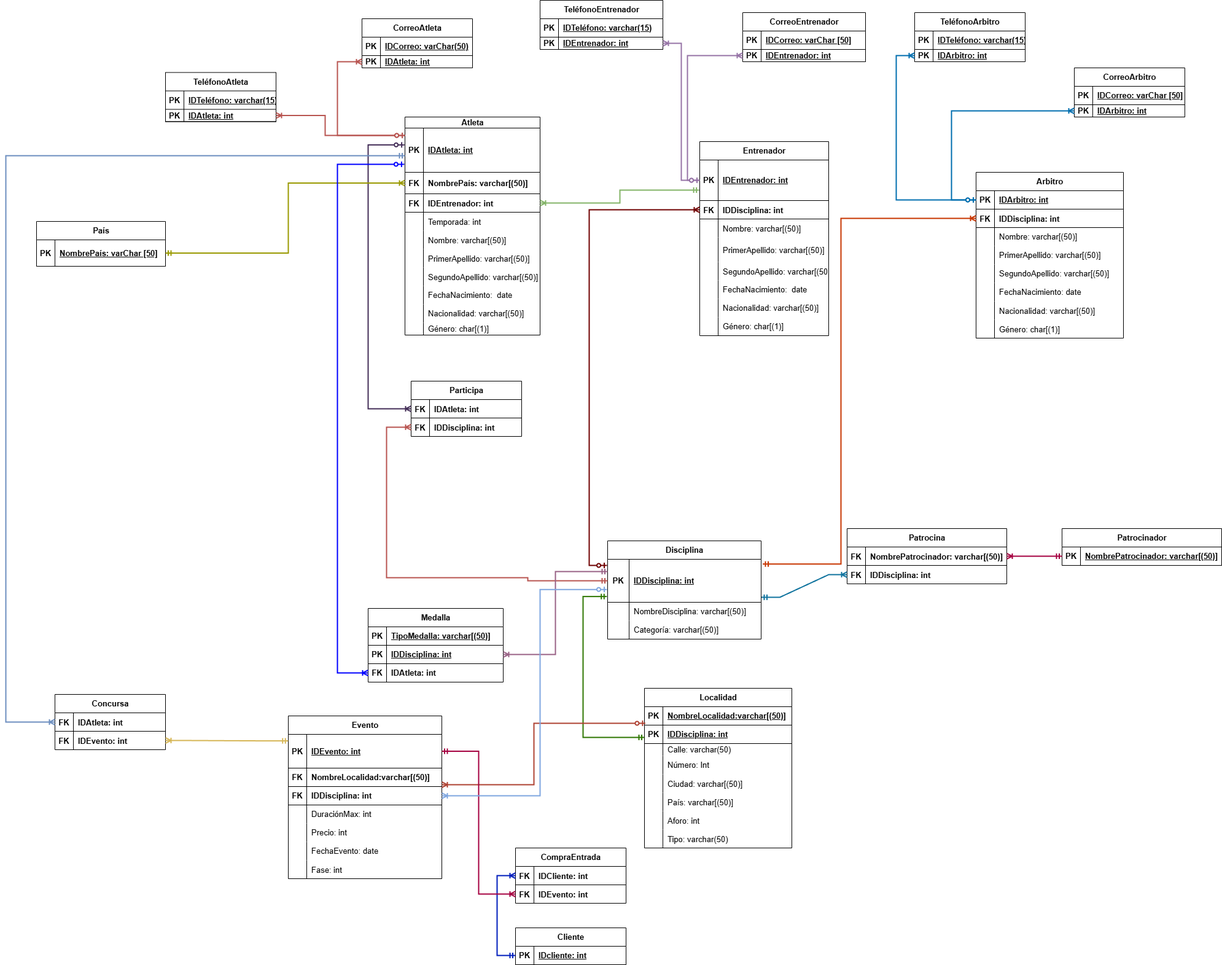
The draw.io diagram ProyectoFinal_Excelbenders/Diagramas/RelacionalExcelbenders.png in JuanSosaCiencias/TrabajosBDD, before a commit. Source tidied: cells renumbered, new cells last; positions are measured from the earlier drawing's top-left corner, leaving out a move shared by most shapes.
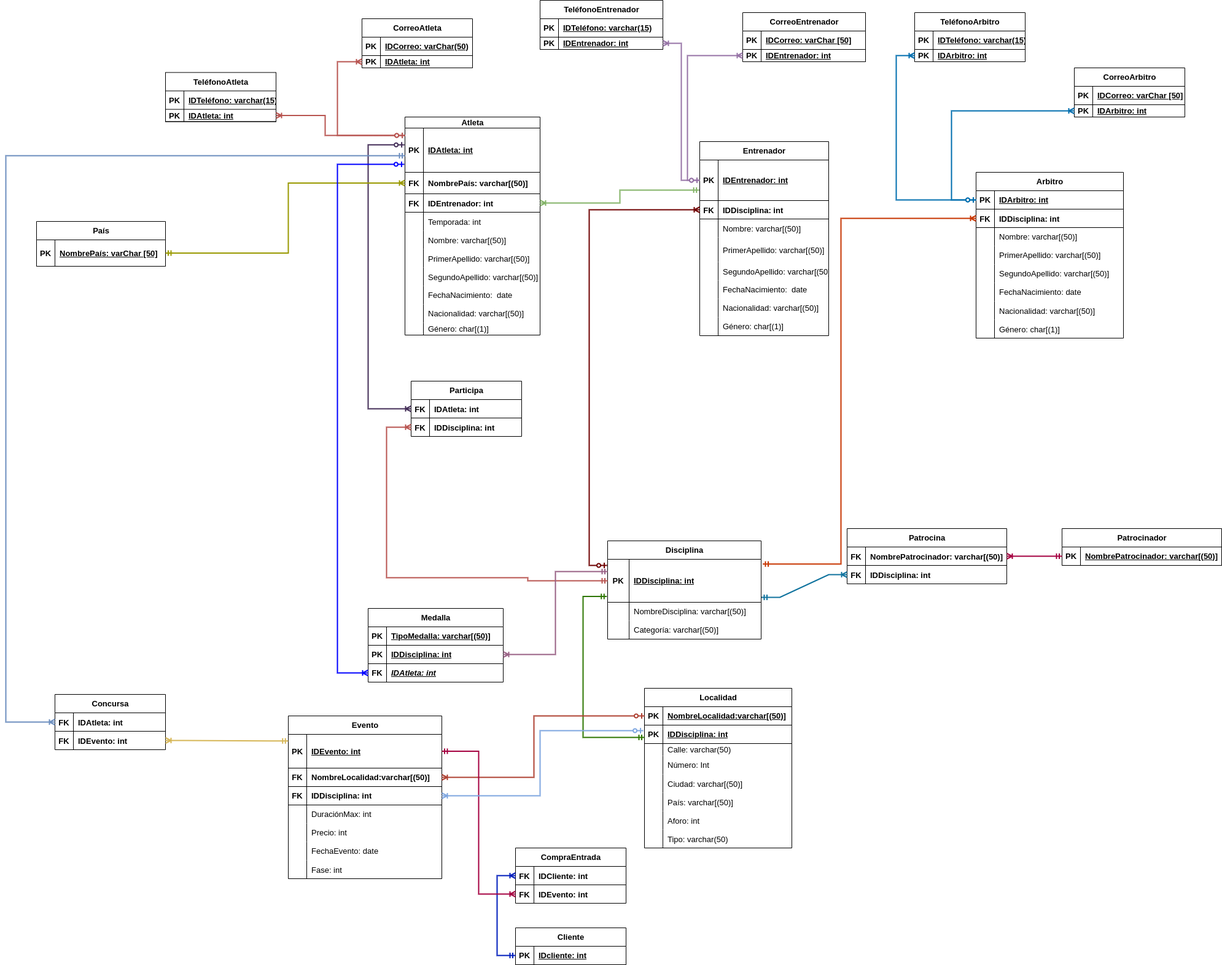
The same file after the commit.

The edit, as a diff of the source:
```diff
@@ -479,7 +479,7 @@
     <mxCell id="160" value="FK" style="shape=partialRectangle;fillColor=none;top=0;left=0;bottom=0;right=0;fontStyle=1;overflow=hidden;whiteSpace=wrap;html=1;fontSize=13;" parent="159" vertex="1">
       <mxGeometry width="30" height="30" as="geometry" />
     </mxCell>
-    <mxCell id="161" value="IDAtleta: int" style="shape=partialRectangle;fillColor=none;top=0;left=0;bottom=0;right=0;align=left;spacingLeft=6;fontStyle=1;overflow=hidden;whiteSpace=wrap;html=1;fontSize=13;" parent="159" vertex="1">
+    <mxCell id="161" value="&lt;u&gt;&lt;i&gt;IDAtleta: int&lt;/i&gt;&lt;/u&gt;" style="shape=partialRectangle;fillColor=none;top=0;left=0;bottom=0;right=0;align=left;spacingLeft=6;fontStyle=1;overflow=hidden;whiteSpace=wrap;html=1;fontSize=13;" parent="159" vertex="1">
       <mxGeometry x="30" width="190" height="30" as="geometry" />
     </mxCell>
     <mxCell id="162" value="Participa" style="shape=table;startSize=30;rowLines=0;fontStyle=1;align=center;html=1;fontSize=13;" parent="1" vertex="1">
@@ -770,7 +770,7 @@
         </Array>
       </mxGeometry>
     </mxCell>
-    <mxCell id="244" style="edgeStyle=elbowEdgeStyle;fontSize=13;html=1;endArrow=ERoneToMany;startArrow=ERzeroToOne;rounded=0;strokeWidth=2;fillColor=#fad9d5;strokeColor=#ae4132;exitX=0.006;exitY=-0.1;exitDx=0;exitDy=0;entryX=1;entryY=-0.1;entryDx=0;entryDy=0;entryPerimeter=0;exitPerimeter=0;" parent="1" edge="1" source="88" target="9">
+    <mxCell id="244" style="edgeStyle=elbowEdgeStyle;fontSize=13;html=1;endArrow=ERoneToMany;startArrow=ERzeroToOne;rounded=0;strokeWidth=2;fillColor=#fad9d5;strokeColor=#ae4132;exitX=0;exitY=0.5;exitDx=0;exitDy=0;entryX=1;entryY=0.5;entryDx=0;entryDy=0;" parent="1" edge="1" source="85" target="6">
       <mxGeometry relative="1" as="geometry">
         <Array as="points">
           <mxPoint x="860" y="1210" />
@@ -832,7 +832,7 @@
         </Array>
       </mxGeometry>
     </mxCell>
-    <mxCell id="254" style="edgeStyle=elbowEdgeStyle;fontSize=13;html=1;endArrow=ERoneToMany;startArrow=ERzeroToOne;rounded=0;strokeWidth=2;fillColor=#fad9d5;strokeColor=#7EA6E0;entryX=1;entryY=0.5;entryDx=0;entryDy=0;exitX=-0.004;exitY=0.702;exitDx=0;exitDy=0;exitPerimeter=0;" parent="1" edge="1" source="75" target="9">
+    <mxCell id="254" style="edgeStyle=elbowEdgeStyle;fontSize=13;html=1;endArrow=ERoneToMany;startArrow=ERzeroToOne;rounded=0;strokeWidth=2;fillColor=#fad9d5;strokeColor=#7EA6E0;entryX=1;entryY=0.5;entryDx=0;entryDy=0;exitX=-0.008;exitY=0.3;exitDx=0;exitDy=0;exitPerimeter=0;" parent="1" edge="1" source="88" target="9">
       <mxGeometry relative="1" as="geometry">
         <Array as="points">
           <mxPoint x="870" y="1220" />
```
